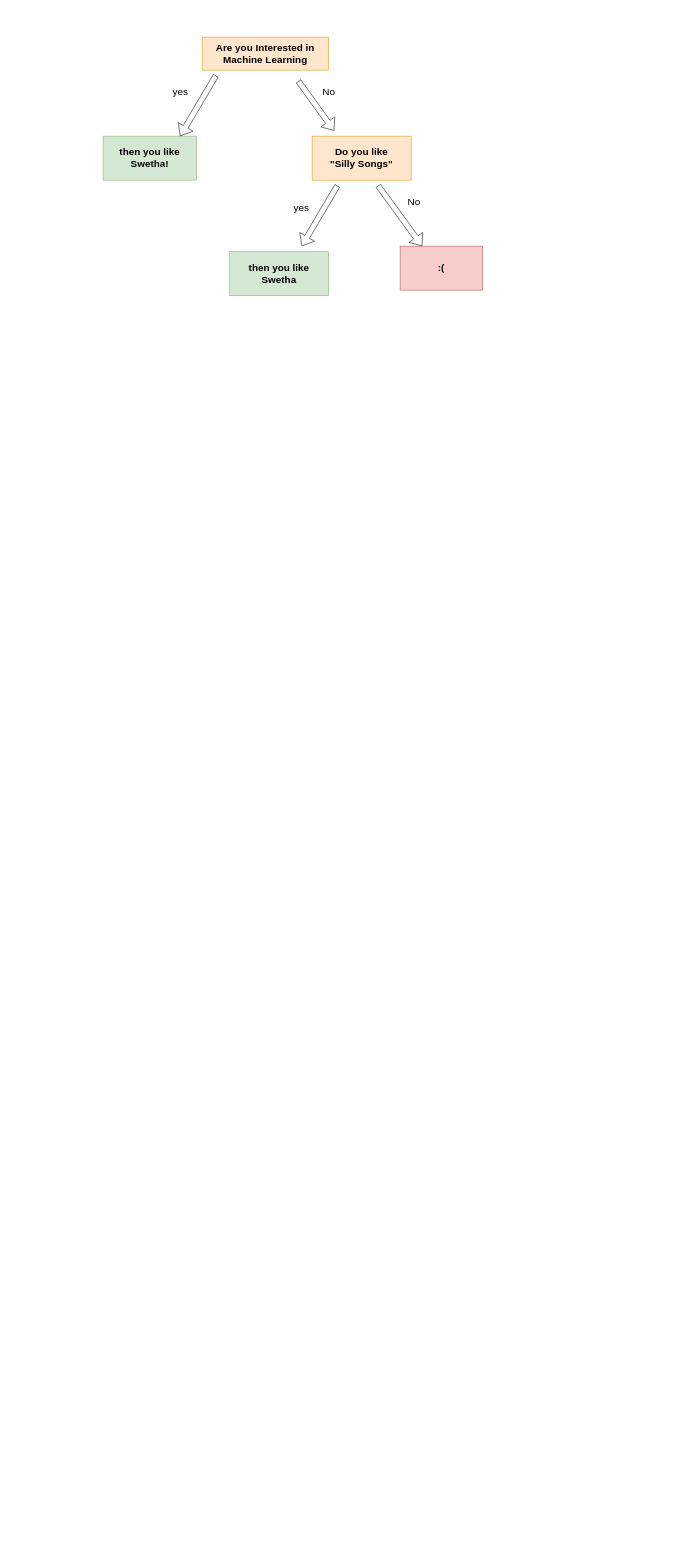
The draw.io diagram Untitled Diagram.drawio in Swetha-Shree-B-Ananthaswamy/Grokking-Coding-Interview, before the edit. Source tidied: cells renumbered, new cells numbered last; positions are measured from the earlier drawing's top-left corner, leaving out a move shared by most shapes. Both pictures are drawn from the tidied source at 55%, with x=0, y=0 at pixel (103, 37).
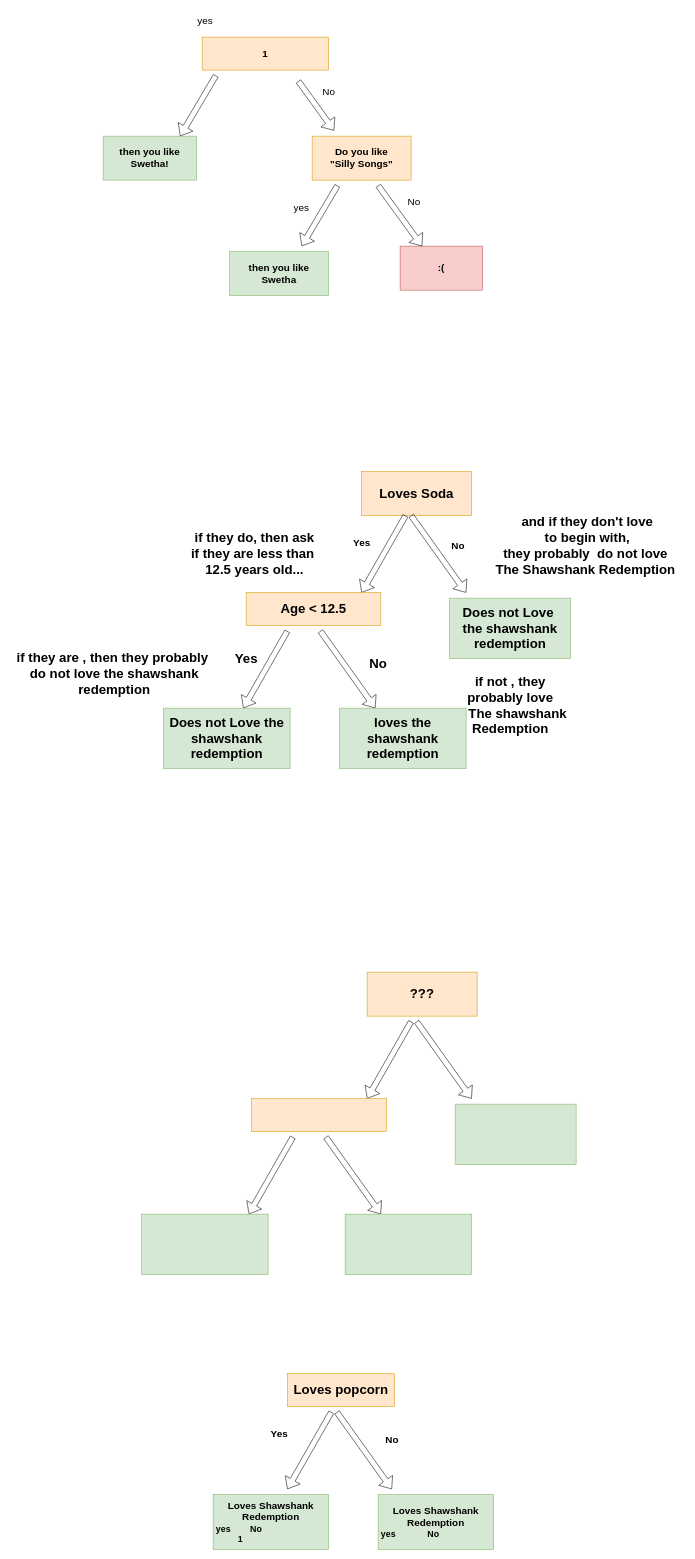
Above is the later version.

Diff of the diagram source:
```diff
@@
-    <mxCell id="2" value="&lt;font style=&quot;font-size: 18px;&quot;&gt;&lt;b&gt;Are you Interested in &lt;br&gt;Machine Learning&lt;/b&gt;&lt;/font&gt;" style="rounded=0;whiteSpace=wrap;html=1;fillColor=#ffe6cc;strokeColor=#d79b00;" parent="1" vertex="1">
+    <mxCell id="2" value="&lt;span style=&quot;font-size: 18px;&quot;&gt;&lt;b&gt;1&lt;/b&gt;&lt;/span&gt;" style="rounded=0;whiteSpace=wrap;html=1;fillColor=#ffe6cc;strokeColor=#d79b00;" parent="1" vertex="1">
       <mxGeometry x="180" width="230" height="60" as="geometry" />
     </mxCell>
@@
     <mxCell id="9" value="yes" style="text;html=1;align=center;verticalAlign=middle;strokeColor=none;fillColor=none;fontSize=18;" parent="1" vertex="1">
-      <mxGeometry x="115" y="80" width="50" height="40" as="geometry" />
+      <mxGeometry x="160" y="-50" width="50" height="40" as="geometry" />
     </mxCell>
@@
+    <mxCell id="15" value="&lt;font style=&quot;font-size: 24px;&quot;&gt;&lt;b&gt;Loves Soda&lt;/b&gt;&lt;/font&gt;" style="whiteSpace=wrap;html=1;fontSize=18;fillColor=#ffe6cc;strokeColor=#d79b00;" parent="1" vertex="1">
+      <mxGeometry x="470" y="790" width="200" height="80" as="geometry" />
+    </mxCell>
+    <mxCell id="16" style="shape=flexArrow;endArrow=classic;html=1;rounded=0;fontSize=18;" parent="1" edge="1">
+      <mxGeometry relative="1" as="geometry">
+        <mxPoint x="550" y="870" as="sourcePoint" />
+        <mxPoint x="470" y="1010" as="targetPoint" />
+      </mxGeometry>
+    </mxCell>
+    <mxCell id="17" style="shape=flexArrow;endArrow=classic;html=1;rounded=0;fontSize=18;" parent="1" edge="1">
+      <mxGeometry relative="1" as="geometry">
+        <mxPoint x="560" y="870" as="sourcePoint" />
+        <mxPoint x="660" y="1010" as="targetPoint" />
+      </mxGeometry>
+    </mxCell>
+    <mxCell id="18" value="&lt;b&gt;Yes&lt;/b&gt;" style="text;html=1;align=center;verticalAlign=middle;strokeColor=none;fillColor=none;fontSize=18;" parent="1" vertex="1">
+      <mxGeometry x="445" y="900" width="50" height="40" as="geometry" />
+    </mxCell>
+    <mxCell id="19" value="&lt;b&gt;No&lt;/b&gt;" style="text;html=1;align=center;verticalAlign=middle;strokeColor=none;fillColor=none;fontSize=18;" parent="1" vertex="1">
+      <mxGeometry x="620" y="905" width="50" height="40" as="geometry" />
+    </mxCell>
+    <mxCell id="20" value="&lt;font style=&quot;font-size: 24px;&quot;&gt;&lt;b&gt;if they do, then ask&lt;br&gt;if they are less than&amp;nbsp;&lt;br&gt;12.5 years old...&lt;/b&gt;&lt;/font&gt;" style="text;html=1;align=center;verticalAlign=middle;strokeColor=none;fillColor=none;fontSize=18;" parent="1" vertex="1">
+      <mxGeometry x="150" y="890" width="250" height="100" as="geometry" />
+    </mxCell>
+    <mxCell id="21" value="&lt;b&gt;and if they don't love&lt;br&gt;&lt;span style=&quot;&quot;&gt; &lt;/span&gt;&lt;span style=&quot;&quot;&gt; &lt;/span&gt;&lt;span style=&quot;&quot;&gt; &lt;/span&gt;to begin with,&lt;br&gt;&lt;span style=&quot;&quot;&gt; &lt;/span&gt;&lt;span style=&quot;&quot;&gt; &lt;/span&gt;they probably&amp;nbsp; do not love&amp;nbsp;&lt;br&gt;&lt;span style=&quot;background-color: initial;&quot;&gt;The Shawshank Redemption&lt;/span&gt;&amp;nbsp;&lt;/b&gt;" style="text;html=1;align=center;verticalAlign=middle;strokeColor=none;fillColor=none;fontSize=24;" parent="1" vertex="1">
+      <mxGeometry x="700" y="860" width="360" height="130" as="geometry" />
+    </mxCell>
+    <mxCell id="22" value="&lt;b&gt;Does not Love&amp;nbsp;&lt;br&gt;the shawshank redemption&lt;/b&gt;" style="rounded=0;whiteSpace=wrap;html=1;fontSize=24;fillColor=#d5e8d4;strokeColor=#82b366;" parent="1" vertex="1">
+      <mxGeometry x="630" y="1020" width="220" height="110" as="geometry" />
+    </mxCell>
+    <mxCell id="23" value="&lt;b&gt;Age &amp;lt; 12.5&lt;/b&gt;" style="rounded=0;whiteSpace=wrap;html=1;fontSize=24;fillColor=#ffe6cc;strokeColor=#d79b00;" parent="1" vertex="1">
+      <mxGeometry x="260" y="1010" width="245" height="60" as="geometry" />
+    </mxCell>
+    <mxCell id="24" style="shape=flexArrow;endArrow=classic;html=1;rounded=0;fontSize=18;" parent="1" edge="1">
+      <mxGeometry relative="1" as="geometry">
+        <mxPoint x="335" y="1080" as="sourcePoint" />
+        <mxPoint x="255" y="1220" as="targetPoint" />
+      </mxGeometry>
+    </mxCell>
+    <mxCell id="25" style="shape=flexArrow;endArrow=classic;html=1;rounded=0;fontSize=18;" parent="1" edge="1">
+      <mxGeometry relative="1" as="geometry">
+        <mxPoint x="395" y="1080" as="sourcePoint" />
+        <mxPoint x="495" y="1220" as="targetPoint" />
+      </mxGeometry>
+    </mxCell>
+    <mxCell id="26" value="&lt;b&gt;Does not Love the shawshank redemption&lt;/b&gt;" style="rounded=0;whiteSpace=wrap;html=1;fontSize=24;fillColor=#d5e8d4;strokeColor=#82b366;" parent="1" vertex="1">
+      <mxGeometry x="110" y="1220" width="230" height="110" as="geometry" />
+    </mxCell>
+    <mxCell id="27" value="&lt;b&gt;loves the shawshank redemption&lt;/b&gt;" style="rounded=0;whiteSpace=wrap;html=1;fontSize=24;fillColor=#d5e8d4;strokeColor=#82b366;" parent="1" vertex="1">
+      <mxGeometry x="430" y="1220" width="230" height="110" as="geometry" />
+    </mxCell>
+    <mxCell id="28" value="&lt;b&gt;if they are , then they probably&amp;nbsp;&lt;br&gt;do not love the shawshank&lt;br&gt;redemption&lt;/b&gt;" style="text;html=1;align=center;verticalAlign=middle;strokeColor=none;fillColor=none;fontSize=24;" parent="1" vertex="1">
+      <mxGeometry x="-170" y="1107" width="380" height="100" as="geometry" />
+    </mxCell>
+    <mxCell id="29" value="&lt;b&gt;if not , they &lt;br&gt;probably love&lt;br&gt;&amp;nbsp; &amp;nbsp; &amp;nbsp;The shawshank&amp;nbsp;&lt;br&gt;Redemption&lt;/b&gt;" style="text;html=1;align=center;verticalAlign=middle;strokeColor=none;fillColor=none;fontSize=24;" parent="1" vertex="1">
+      <mxGeometry x="620" y="1150" width="240" height="130" as="geometry" />
+    </mxCell>
+    <mxCell id="30" value="&lt;b&gt;No&lt;/b&gt;" style="text;html=1;align=center;verticalAlign=middle;strokeColor=none;fillColor=none;fontSize=24;" parent="1" vertex="1">
+      <mxGeometry x="470" y="1120" width="60" height="40" as="geometry" />
+    </mxCell>
+    <mxCell id="31" value="&lt;b&gt;Yes&lt;/b&gt;" style="text;html=1;align=center;verticalAlign=middle;strokeColor=none;fillColor=none;fontSize=24;" parent="1" vertex="1">
+      <mxGeometry x="230" y="1110" width="60" height="40" as="geometry" />
+    </mxCell>
+    <mxCell id="32" value="&lt;span style=&quot;font-size: 24px;&quot;&gt;&lt;b&gt;???&lt;/b&gt;&lt;/span&gt;" style="whiteSpace=wrap;html=1;fontSize=18;fillColor=#ffe6cc;strokeColor=#d79b00;" parent="1" vertex="1">
+      <mxGeometry x="480" y="1700" width="200" height="80" as="geometry" />
+    </mxCell>
+    <mxCell id="33" style="shape=flexArrow;endArrow=classic;html=1;rounded=0;fontSize=18;" parent="1" edge="1">
+      <mxGeometry relative="1" as="geometry">
+        <mxPoint x="560" y="1790" as="sourcePoint" />
+        <mxPoint x="480" y="1930" as="targetPoint" />
+      </mxGeometry>
+    </mxCell>
+    <mxCell id="34" style="shape=flexArrow;endArrow=classic;html=1;rounded=0;fontSize=18;" parent="1" edge="1">
+      <mxGeometry relative="1" as="geometry">
+        <mxPoint x="570" y="1790" as="sourcePoint" />
+        <mxPoint x="670" y="1930" as="targetPoint" />
+      </mxGeometry>
+    </mxCell>
+    <mxCell id="35" style="rounded=0;whiteSpace=wrap;html=1;fontSize=24;fillColor=#d5e8d4;strokeColor=#82b366;" parent="1" vertex="1">
+      <mxGeometry x="640" y="1940" width="220" height="110" as="geometry" />
+    </mxCell>
+    <mxCell id="36" style="rounded=0;whiteSpace=wrap;html=1;fontSize=24;fillColor=#ffe6cc;strokeColor=#d79b00;" parent="1" vertex="1">
+      <mxGeometry x="270" y="1930" width="245" height="60" as="geometry" />
+    </mxCell>
+    <mxCell id="37" style="shape=flexArrow;endArrow=classic;html=1;rounded=0;fontSize=18;" parent="1" edge="1">
+      <mxGeometry relative="1" as="geometry">
+        <mxPoint x="345" y="2000" as="sourcePoint" />
+        <mxPoint x="265" y="2140" as="targetPoint" />
+      </mxGeometry>
+    </mxCell>
+    <mxCell id="38" style="shape=flexArrow;endArrow=classic;html=1;rounded=0;fontSize=18;" parent="1" edge="1">
+      <mxGeometry relative="1" as="geometry">
+        <mxPoint x="405" y="2000" as="sourcePoint" />
+        <mxPoint x="505" y="2140" as="targetPoint" />
+      </mxGeometry>
+    </mxCell>
+    <mxCell id="39" style="rounded=0;whiteSpace=wrap;html=1;fontSize=24;fillColor=#d5e8d4;strokeColor=#82b366;" parent="1" vertex="1">
+      <mxGeometry x="70" y="2140" width="230" height="110" as="geometry" />
+    </mxCell>
+    <mxCell id="40" style="rounded=0;whiteSpace=wrap;html=1;fontSize=24;fillColor=#d5e8d4;strokeColor=#82b366;" parent="1" vertex="1">
+      <mxGeometry x="440" y="2140" width="230" height="110" as="geometry" />
+    </mxCell>
+    <mxCell id="41" value="&lt;span style=&quot;font-size: 24px;&quot;&gt;&lt;b&gt;Loves popcorn&lt;/b&gt;&lt;/span&gt;" style="whiteSpace=wrap;html=1;fontSize=18;fillColor=#ffe6cc;strokeColor=#d79b00;" parent="1" vertex="1">
+      <mxGeometry x="335" y="2430" width="195" height="60" as="geometry" />
+    </mxCell>
+    <mxCell id="42" style="shape=flexArrow;endArrow=classic;html=1;rounded=0;fontSize=18;" parent="1" edge="1">
+      <mxGeometry relative="1" as="geometry">
+        <mxPoint x="415" y="2500" as="sourcePoint" />
+        <mxPoint x="335" y="2640" as="targetPoint" />
+      </mxGeometry>
+    </mxCell>
+    <mxCell id="43" style="shape=flexArrow;endArrow=classic;html=1;rounded=0;fontSize=18;" parent="1" edge="1">
+      <mxGeometry relative="1" as="geometry">
+        <mxPoint x="425" y="2500" as="sourcePoint" />
+        <mxPoint x="525" y="2640" as="targetPoint" />
+      </mxGeometry>
+    </mxCell>
+    <mxCell id="44" value="&lt;font style=&quot;font-size: 18px;&quot;&gt;&lt;b&gt;Loves Shawshank Redemption&lt;br&gt;&lt;/b&gt;&lt;/font&gt;&lt;div style=&quot;text-align: left;&quot;&gt;&lt;span style=&quot;background-color: initial;&quot;&gt;&lt;font size=&quot;3&quot;&gt;&lt;b&gt;&lt;span style=&quot;&quot;&gt; &lt;/span&gt;&lt;span style=&quot;white-space: pre;&quot;&gt; &lt;/span&gt;yes&lt;span style=&quot;&quot;&gt; &lt;/span&gt;&lt;span style=&quot;&quot;&gt; &lt;/span&gt;&lt;span style=&quot;&quot;&gt; &lt;/span&gt;&amp;nbsp; &amp;nbsp; &amp;nbsp;&lt;span style=&quot;white-space: pre;&quot;&gt; &lt;/span&gt;&lt;span style=&quot;white-space: pre;&quot;&gt; &lt;/span&gt;&amp;nbsp; &amp;nbsp; &amp;nbsp;&lt;span style=&quot;&quot;&gt;N&lt;/span&gt;o&lt;/b&gt;&lt;/font&gt;&lt;/span&gt;&lt;/div&gt;&lt;div style=&quot;text-align: left;&quot;&gt;&lt;span style=&quot;background-color: initial;&quot;&gt;&lt;font size=&quot;3&quot;&gt;&lt;span style=&quot;&quot;&gt; &lt;/span&gt;&lt;/font&gt;&lt;/span&gt;&lt;/div&gt;" style="rounded=0;whiteSpace=wrap;html=1;fillColor=#d5e8d4;strokeColor=#82b366;" parent="1" vertex="1">
+      <mxGeometry x="500" y="2650" width="210" height="100" as="geometry" />
+    </mxCell>
+    <mxCell id="45" value="&lt;font style=&quot;font-size: 18px;&quot;&gt;&lt;b&gt;Loves Shawshank Redemption&lt;br&gt;&lt;/b&gt;&lt;/font&gt;&lt;div style=&quot;text-align: left;&quot;&gt;&lt;span style=&quot;background-color: initial;&quot;&gt;&lt;font size=&quot;3&quot;&gt;&lt;b&gt;&lt;span style=&quot;white-space: pre;&quot;&gt; &lt;/span&gt;yes&lt;span style=&quot;white-space: pre;&quot;&gt; &lt;/span&gt;&lt;span style=&quot;white-space: pre;&quot;&gt; &lt;/span&gt;&lt;span style=&quot;white-space: pre;&quot;&gt; &lt;/span&gt;&amp;nbsp; &amp;nbsp; &amp;nbsp;&lt;span style=&quot;white-space: pre;&quot;&gt;N&lt;/span&gt;o&lt;/b&gt;&lt;/font&gt;&lt;/span&gt;&lt;/div&gt;&lt;div style=&quot;text-align: left;&quot;&gt;&lt;span style=&quot;background-color: initial;&quot;&gt;&lt;font size=&quot;3&quot;&gt;&lt;span style=&quot;white-space: pre;&quot;&gt;&lt;b&gt; &lt;span style=&quot;white-space: pre;&quot;&gt; &lt;/span&gt;&lt;span style=&quot;white-space: pre;&quot;&gt; &lt;/span&gt;&lt;span style=&quot;white-space: pre;&quot;&gt; &lt;/span&gt;      1&lt;/b&gt;&lt;/span&gt;&lt;br&gt;&lt;/font&gt;&lt;/span&gt;&lt;/div&gt;" style="rounded=0;whiteSpace=wrap;html=1;fillColor=#d5e8d4;strokeColor=#82b366;" parent="1" vertex="1">
+      <mxGeometry x="200" y="2650" width="210" height="100" as="geometry" />
+    </mxCell>
+    <mxCell id="46" value="&lt;b&gt;Yes&lt;/b&gt;" style="text;html=1;align=center;verticalAlign=middle;strokeColor=none;fillColor=none;fontSize=18;" parent="1" vertex="1">
+      <mxGeometry x="295" y="2520" width="50" height="40" as="geometry" />
+    </mxCell>
+    <mxCell id="47" value="&lt;b&gt;No&lt;/b&gt;" style="text;html=1;align=center;verticalAlign=middle;strokeColor=none;fillColor=none;fontSize=18;" parent="1" vertex="1">
+      <mxGeometry x="500" y="2530" width="50" height="40" as="geometry" />
+    </mxCell>
```
